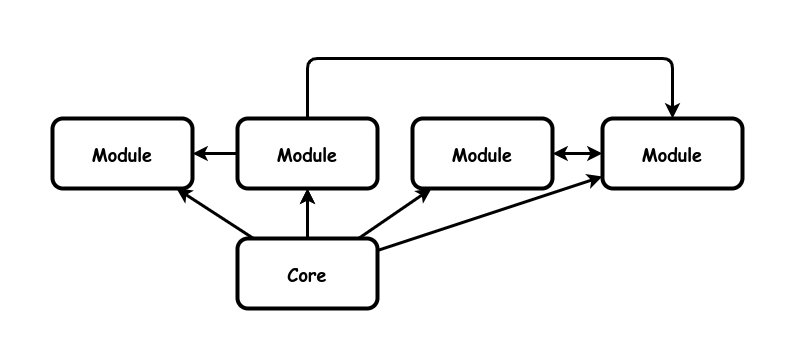
Earlier version of the draw.io export images/modules.drawio.png (garfix/architectural-patterns). Source tidied: cells renumbered, new cells last; positions are measured from the earlier drawing's top-left corner, leaving out a move shared by most shapes. The source it was exported from:
```xml
<mxGraphModel>
  <root>
    <mxCell id="0" />
    <mxCell id="1" parent="0" />
    <mxCell id="2" value="&lt;b style=&quot;font-size: 18px;&quot;&gt;Module&lt;br&gt;&lt;/b&gt;" style="rounded=1;whiteSpace=wrap;html=1;strokeWidth=4;fontFamily=Comic Sans MS;fontSize=18;" parent="1" vertex="1">
      <mxGeometry x="360" y="60" width="140" height="70" as="geometry" />
    </mxCell>
    <mxCell id="3" value="&lt;b style=&quot;font-size: 18px;&quot;&gt;Module&lt;br&gt;&lt;/b&gt;" style="rounded=1;whiteSpace=wrap;html=1;strokeWidth=4;fontFamily=Comic Sans MS;fontSize=18;" parent="1" vertex="1">
      <mxGeometry x="550" y="60" width="140" height="70" as="geometry" />
    </mxCell>
    <mxCell id="4" value="&lt;b style=&quot;font-size: 18px;&quot;&gt;Core&lt;br&gt;&lt;/b&gt;" style="rounded=1;whiteSpace=wrap;html=1;strokeWidth=4;fontFamily=Comic Sans MS;fontSize=18;" parent="1" vertex="1">
      <mxGeometry x="185" y="180" width="140" height="70" as="geometry" />
    </mxCell>
    <mxCell id="5" style="endArrow=classic;html=1;rounded=0;strokeWidth=3;endFill=1;startArrow=classic;startFill=1;" parent="1" edge="1" source="2" target="3">
      <mxGeometry relative="1" as="geometry" />
    </mxCell>
    <mxCell id="6" style="endArrow=classic;html=1;rounded=0;strokeWidth=3;endFill=1;startArrow=none;startFill=0;" parent="1" edge="1" source="4" target="13">
      <mxGeometry relative="1" as="geometry" />
    </mxCell>
    <mxCell id="7" style="endArrow=classic;html=1;rounded=1;strokeWidth=3;endFill=1;startArrow=none;startFill=0;" parent="1" edge="1" source="13" target="3">
      <mxGeometry relative="1" as="geometry">
        <Array as="points">
          <mxPoint x="255" />
          <mxPoint x="620" />
        </Array>
      </mxGeometry>
    </mxCell>
    <mxCell id="8" style="endArrow=classic;html=1;rounded=0;strokeWidth=3;endFill=1;startArrow=none;startFill=0;" parent="1" edge="1" source="4" target="2">
      <mxGeometry relative="1" as="geometry" />
    </mxCell>
    <mxCell id="9" value="&lt;b style=&quot;font-size: 18px;&quot;&gt;Module&lt;br&gt;&lt;/b&gt;" style="rounded=1;whiteSpace=wrap;html=1;strokeWidth=4;fontFamily=Comic Sans MS;fontSize=18;" parent="1" vertex="1">
      <mxGeometry y="60" width="140" height="70" as="geometry" />
    </mxCell>
    <mxCell id="10" style="endArrow=classic;html=1;rounded=0;strokeWidth=3;endFill=1;startArrow=none;startFill=0;" parent="1" edge="1" source="4" target="9">
      <mxGeometry relative="1" as="geometry" />
    </mxCell>
    <mxCell id="11" style="endArrow=classic;html=1;rounded=0;strokeWidth=3;endFill=1;startArrow=none;startFill=0;" parent="1" edge="1" source="13" target="9">
      <mxGeometry relative="1" as="geometry" />
    </mxCell>
    <mxCell id="12" style="endArrow=classic;html=1;rounded=0;strokeWidth=3;endFill=1;startArrow=none;startFill=0;" parent="1" edge="1" source="4" target="13">
      <mxGeometry relative="1" as="geometry" />
    </mxCell>
    <mxCell id="13" value="&lt;b style=&quot;font-size: 18px;&quot;&gt;Module&lt;br&gt;&lt;/b&gt;" style="rounded=1;whiteSpace=wrap;html=1;strokeWidth=4;fontFamily=Comic Sans MS;fontSize=18;" parent="1" vertex="1">
      <mxGeometry x="185" y="60" width="140" height="70" as="geometry" />
    </mxCell>
    <mxCell id="14" style="endArrow=classic;html=1;rounded=0;strokeWidth=3;endFill=1;startArrow=none;startFill=0;" parent="1" edge="1" source="4" target="3">
      <mxGeometry relative="1" as="geometry" />
    </mxCell>
  </root>
</mxGraphModel>
```
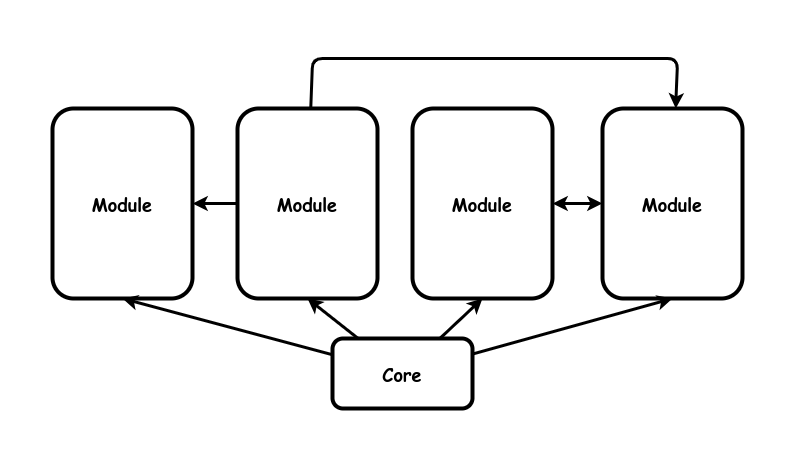
After the commit.

What changed in the source:
```diff
@@ -3,47 +3,44 @@
     <mxCell id="0" />
     <mxCell id="1" parent="0" />
     <mxCell id="2" value="&lt;b style=&quot;font-size: 18px;&quot;&gt;Module&lt;br&gt;&lt;/b&gt;" style="rounded=1;whiteSpace=wrap;html=1;strokeWidth=4;fontFamily=Comic Sans MS;fontSize=18;" parent="1" vertex="1">
-      <mxGeometry x="360" y="60" width="140" height="70" as="geometry" />
+      <mxGeometry x="360" y="60" width="140" height="190" as="geometry" />
     </mxCell>
     <mxCell id="3" value="&lt;b style=&quot;font-size: 18px;&quot;&gt;Module&lt;br&gt;&lt;/b&gt;" style="rounded=1;whiteSpace=wrap;html=1;strokeWidth=4;fontFamily=Comic Sans MS;fontSize=18;" parent="1" vertex="1">
-      <mxGeometry x="550" y="60" width="140" height="70" as="geometry" />
+      <mxGeometry x="550" y="60" width="140" height="190" as="geometry" />
     </mxCell>
     <mxCell id="4" value="&lt;b style=&quot;font-size: 18px;&quot;&gt;Core&lt;br&gt;&lt;/b&gt;" style="rounded=1;whiteSpace=wrap;html=1;strokeWidth=4;fontFamily=Comic Sans MS;fontSize=18;" parent="1" vertex="1">
-      <mxGeometry x="185" y="180" width="140" height="70" as="geometry" />
+      <mxGeometry x="280" y="290" width="140" height="70" as="geometry" />
     </mxCell>
     <mxCell id="5" style="endArrow=classic;html=1;rounded=0;strokeWidth=3;endFill=1;startArrow=classic;startFill=1;" parent="1" edge="1" source="2" target="3">
       <mxGeometry relative="1" as="geometry" />
     </mxCell>
-    <mxCell id="6" style="endArrow=classic;html=1;rounded=0;strokeWidth=3;endFill=1;startArrow=none;startFill=0;" parent="1" edge="1" source="4" target="13">
-      <mxGeometry relative="1" as="geometry" />
-    </mxCell>
     <mxCell id="7" style="endArrow=classic;html=1;rounded=1;strokeWidth=3;endFill=1;startArrow=none;startFill=0;" parent="1" edge="1" source="13" target="3">
       <mxGeometry relative="1" as="geometry">
         <Array as="points">
-          <mxPoint x="255" />
-          <mxPoint x="620" />
+          <mxPoint x="260" y="10" />
+          <mxPoint x="625" y="10" />
         </Array>
       </mxGeometry>
     </mxCell>
-    <mxCell id="8" style="endArrow=classic;html=1;rounded=0;strokeWidth=3;endFill=1;startArrow=none;startFill=0;" parent="1" edge="1" source="4" target="2">
+    <mxCell id="8" style="endArrow=classic;html=1;rounded=0;strokeWidth=3;endFill=1;startArrow=none;startFill=0;entryX=0.5;entryY=1;entryDx=0;entryDy=0;" parent="1" edge="1" source="4" target="2">
       <mxGeometry relative="1" as="geometry" />
     </mxCell>
     <mxCell id="9" value="&lt;b style=&quot;font-size: 18px;&quot;&gt;Module&lt;br&gt;&lt;/b&gt;" style="rounded=1;whiteSpace=wrap;html=1;strokeWidth=4;fontFamily=Comic Sans MS;fontSize=18;" parent="1" vertex="1">
-      <mxGeometry y="60" width="140" height="70" as="geometry" />
+      <mxGeometry y="60" width="140" height="190" as="geometry" />
     </mxCell>
-    <mxCell id="10" style="endArrow=classic;html=1;rounded=0;strokeWidth=3;endFill=1;startArrow=none;startFill=0;" parent="1" edge="1" source="4" target="9">
+    <mxCell id="10" style="endArrow=classic;html=1;rounded=0;strokeWidth=3;endFill=1;startArrow=none;startFill=0;entryX=0.5;entryY=1;entryDx=0;entryDy=0;" parent="1" edge="1" source="4" target="9">
       <mxGeometry relative="1" as="geometry" />
     </mxCell>
     <mxCell id="11" style="endArrow=classic;html=1;rounded=0;strokeWidth=3;endFill=1;startArrow=none;startFill=0;" parent="1" edge="1" source="13" target="9">
       <mxGeometry relative="1" as="geometry" />
     </mxCell>
-    <mxCell id="12" style="endArrow=classic;html=1;rounded=0;strokeWidth=3;endFill=1;startArrow=none;startFill=0;" parent="1" edge="1" source="4" target="13">
+    <mxCell id="12" style="endArrow=classic;html=1;rounded=0;strokeWidth=3;endFill=1;startArrow=none;startFill=0;entryX=0.5;entryY=1;entryDx=0;entryDy=0;" parent="1" edge="1" source="4" target="13">
       <mxGeometry relative="1" as="geometry" />
     </mxCell>
     <mxCell id="13" value="&lt;b style=&quot;font-size: 18px;&quot;&gt;Module&lt;br&gt;&lt;/b&gt;" style="rounded=1;whiteSpace=wrap;html=1;strokeWidth=4;fontFamily=Comic Sans MS;fontSize=18;" parent="1" vertex="1">
-      <mxGeometry x="185" y="60" width="140" height="70" as="geometry" />
+      <mxGeometry x="185" y="60" width="140" height="190" as="geometry" />
     </mxCell>
-    <mxCell id="14" style="endArrow=classic;html=1;rounded=0;strokeWidth=3;endFill=1;startArrow=none;startFill=0;" parent="1" edge="1" source="4" target="3">
+    <mxCell id="14" style="endArrow=classic;html=1;rounded=0;strokeWidth=3;endFill=1;startArrow=none;startFill=0;entryX=0.5;entryY=1;entryDx=0;entryDy=0;" parent="1" edge="1" source="4" target="3">
       <mxGeometry relative="1" as="geometry" />
     </mxCell>
   </root>
```
